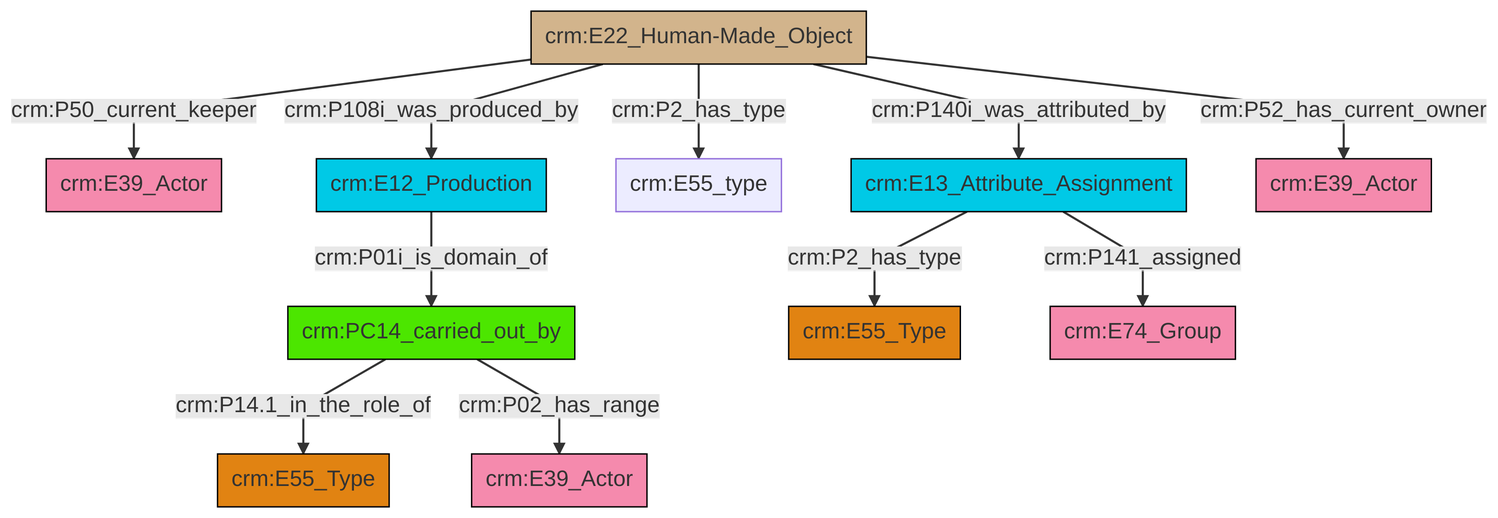
Earlier version of the Mermaid export et/artworkCSV/ttl/mmd/png/Artwork_Actor_Relations.png (swiss-art-research-net/docs.swissartresearch). Its source is kept beside it as et/artworkCSV/ttl/mmd/Artwork_Actor_Relations.ttl.mmd.
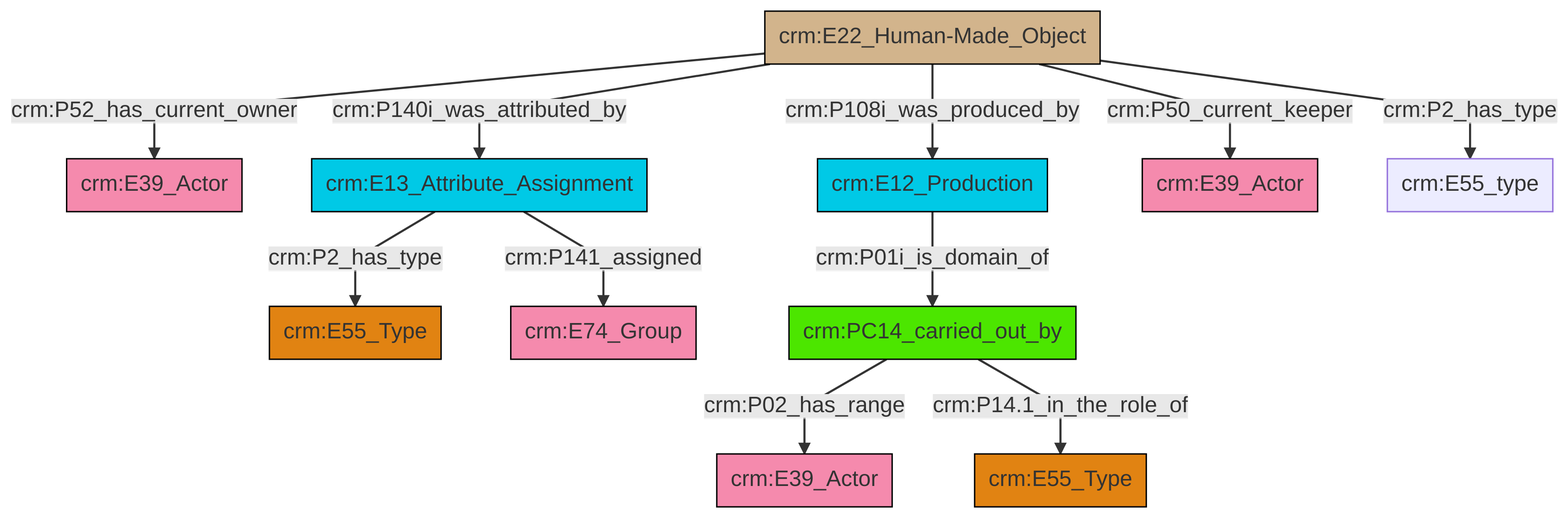
Later version of the same file.

Change to the diagram source:
```diff
@@ -13,13 +13,13 @@
 classDef PC_Classes fill:#4ce600, stroke:#000000;
 classDef Multi fill:#cccccc,stroke:#000000;
 
-4["crm:E22_Human-Made_Object"]:::Physical_Thing -->|crm:P50_current_keeper| 5["crm:E39_Actor"]:::Actor
-7["crm:PC14_carried_out_by"]:::PC_Classes -->|crm:P14.1_in_the_role_of| 8["crm:E55_Type"]:::Type
-2["crm:E12_Production"]:::Temporal_Entity -->|crm:P01i_is_domain_of| 7["crm:PC14_carried_out_by"]:::PC_Classes
-11["crm:E13_Attribute_Assignment"]:::Temporal_Entity -->|crm:P2_has_type| 0["crm:E55_Type"]:::Type
-4["crm:E22_Human-Made_Object"]:::Physical_Thing -->|crm:P108i_was_produced_by| 2["crm:E12_Production"]:::Temporal_Entity
-11["crm:E13_Attribute_Assignment"]:::Temporal_Entity -->|crm:P141_assigned| 13["crm:E74_Group"]:::Actor
-4["crm:E22_Human-Made_Object"]:::Physical_Thing -->|crm:P2_has_type| 18["crm:E55_type"]:::Default
-7["crm:PC14_carried_out_by"]:::PC_Classes -->|crm:P02_has_range| 15["crm:E39_Actor"]:::Actor
-4["crm:E22_Human-Made_Object"]:::Physical_Thing -->|crm:P140i_was_attributed_by| 11["crm:E13_Attribute_Assignment"]:::Temporal_Entity
-4["crm:E22_Human-Made_Object"]:::Physical_Thing -->|crm:P52_has_current_owner| 9["crm:E39_Actor"]:::Actor
+0["crm:E13_Attribute_Assignment"]:::Temporal_Entity -->|crm:P2_has_type| 1["crm:E55_Type"]:::Type
+2["crm:PC14_carried_out_by"]:::PC_Classes -->|crm:P02_has_range| 6["crm:E39_Actor"]:::Actor
+0["crm:E13_Attribute_Assignment"]:::Temporal_Entity -->|crm:P141_assigned| 9["crm:E74_Group"]:::Actor
+15["crm:E22_Human-Made_Object"]:::Physical_Thing -->|crm:P52_has_current_owner| 10["crm:E39_Actor"]:::Actor
+2["crm:PC14_carried_out_by"]:::PC_Classes -->|crm:P14.1_in_the_role_of| 13["crm:E55_Type"]:::Type
+15["crm:E22_Human-Made_Object"]:::Physical_Thing -->|crm:P140i_was_attributed_by| 0["crm:E13_Attribute_Assignment"]:::Temporal_Entity
+18["crm:E12_Production"]:::Temporal_Entity -->|crm:P01i_is_domain_of| 2["crm:PC14_carried_out_by"]:::PC_Classes
+15["crm:E22_Human-Made_Object"]:::Physical_Thing -->|crm:P108i_was_produced_by| 18["crm:E12_Production"]:::Temporal_Entity
+15["crm:E22_Human-Made_Object"]:::Physical_Thing -->|crm:P50_current_keeper| 4["crm:E39_Actor"]:::Actor
+15["crm:E22_Human-Made_Object"]:::Physical_Thing -->|crm:P2_has_type| 7["crm:E55_type"]:::Default
```
